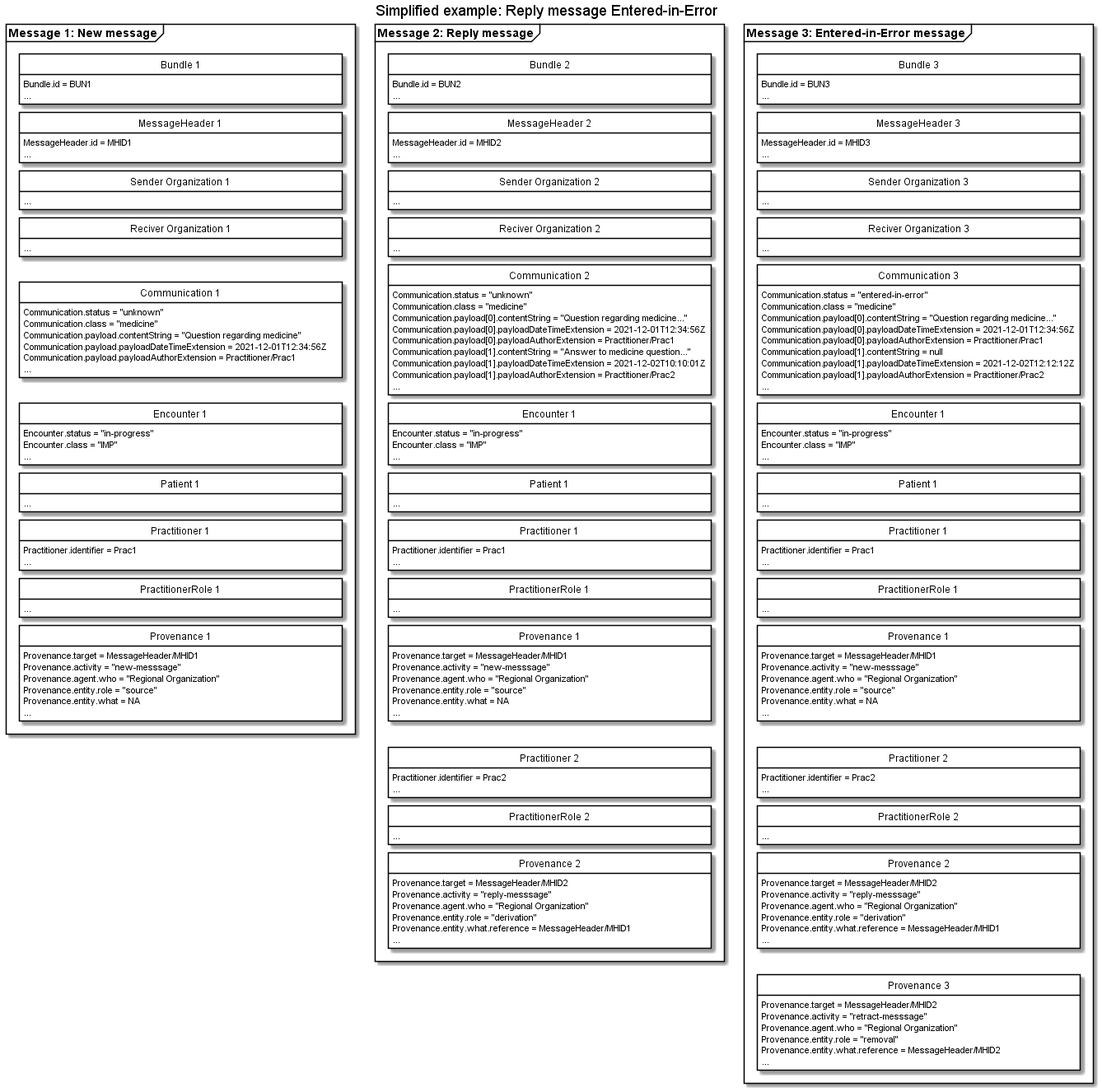
Above: input/images/carecommunication/CCReplyMessageEnteredInError.png in medcomdk/dk-medcom-carecommunication (PlantUML), before the change. Source of this version:
```plantuml
@startuml CCReplyMessageEnteredInError

skinparam class {
    BackgroundColor White
    BorderColor Black
    ArrowColor Black
  }
hide circle
hide empty members
skinparam SameClassWidth true
skinparam Ranksep 10


title Simplified example: Reply message Entered-in-Error

package "Message 1: New message" as new <<Frame>>{
    class "Bundle 1" as newB {
        Bundle.id = BUN1
        ...
    }
    class "MessageHeader 1" as newMH{
        MessageHeader.id = MHID1
        ...
    }
    class "Sender Organization 1" as newSOrg{
        ...
    }
    class "Reciver Organization 1" as newROrg{
        ...
    }
    class "Communication 1" as newCom{
        Communication.status = "unknown"
        Communication.class = "medicine"
        Communication.payload.contentString = "Question regarding medicine"
        Communication.payload.payloadDateTimeExtension = 2021-12-01T12:34:56Z
        Communication.payload.payloadAuthorExtension = Practitioner/Prac1
        ...
    }
    class "Encounter 1" as newENC{
        Encounter.status = "in-progress"
        Encounter.class = "IMP"
        ...
    }
    class "Patient 1" as newPT{
        ...
    }
    class "Practitioner 1" as newPrac{
        Practitioner.identifier = Prac1
        ...
    }
    class "PractitionerRole 1" as newPracR{
        ...
    }
    class "Provenance 1" as newPRO{
        Provenance.target = MessageHeader/MHID1
        Provenance.activity = "new-messsage"
        Provenance.agent.who = "Regional Organization"
        Provenance.entity.role = "source"
        Provenance.entity.what = NA
        ...
    }

newB -[hidden]- newMH
newMH -[hidden]- newSOrg
newSOrg-[hidden]-newROrg
newROrg-[hidden]-newCom
newCom -[hidden]- newENC
newENC-[hidden]-newPT
newPT-[hidden]-newPrac
newPrac-[hidden]-newPracR
newPracR-[hidden]-newPRO



}

package "Message 2: Reply message" as reply <<Frame>>{
    class "Bundle 2" as replyB {
        Bundle.id = BUN2
        ...
    }
    class "MessageHeader 2" as replyMH{
        MessageHeader.id = MHID2
        ...
    }
    class "Sender Organization 2" as replySOrg{
        ...
    }
    class "Reciver Organization 2" as replyROrg{
        ...
    }
    class "Communication 2" as newreplyCom{
        Communication.status = "unknown"
        Communication.class = "medicine"
        Communication.payload[0].contentString = "Question regarding medicine..."
        Communication.payload[0].payloadDateTimeExtension = 2021-12-01T12:34:56Z
        Communication.payload[0].payloadAuthorExtension = Practitioner/Prac1
        Communication.payload[1].contentString = "Answer to medicine question..."
        Communication.payload[1].payloadDateTimeExtension = 2021-12-02T10:10:01Z
        Communication.payload[1].payloadAuthorExtension = Practitioner/Prac2
        ...
    }
    class "Encounter 1" as newreplyENC{
        Encounter.status = "in-progress"
        Encounter.class = "IMP"
        ...
    }
    class "Patient 1" as newreplyPT{
        ...
    }
    class "Practitioner 1" as newreplyPrac{
        Practitioner.identifier = Prac1
        ...
    }
    class "PractitionerRole 1" as newreplyPracR{
        ...
    }
    class "Provenance 1" as newreplyPRO{
        Provenance.target = MessageHeader/MHID1
        Provenance.activity = "new-messsage"
        Provenance.agent.who = "Regional Organization"
        Provenance.entity.role = "source"
        Provenance.entity.what = NA
        ...
    }
    class "Practitioner 2" as replyPrac{
        Practitioner.identifier = Prac2
        ...
    }
    class "PractitionerRole 2" as replyPracR{
        ...
    }
    class "Provenance 2" as replyPRO{
        Provenance.target = MessageHeader/MHID2
        Provenance.activity = "reply-messsage"
        Provenance.agent.who = "Regional Organization"
        Provenance.entity.role = "derivation"
        Provenance.entity.what.reference = MessageHeader/MHID1
        ...
    }

replyB -[hidden]- replyMH
replyMH -[hidden]- replySOrg
replySOrg-[hidden]-replyROrg
replyROrg-[hidden]-newreplyCom
newreplyCom -[hidden]- newreplyENC
newreplyENC-[hidden]-newreplyPT
newreplyPT-[hidden]-newreplyPrac
newreplyPrac-[hidden]-newreplyPracR
newreplyPracR-[hidden]-newreplyPRO
newreplyPRO-[hidden]-replyPrac
replyPrac-[hidden]-replyPracR
replyPracR-[hidden]-replyPRO
}

package "Message 3: Entered-in-Error message" as error <<Frame>>{
    class "Bundle 3" as errorB {
        Bundle.id = BUN3
        ...
    }
    class "MessageHeader 3" as errorMH{
        MessageHeader.id = MHID3
        ...
    }
    class "Sender Organization 3" as errorSOrg{
        ...
    }
    class "Reciver Organization 3" as errorROrg{
        ...
    }
    class "Communication 3" as newerrorCom{
        Communication.status = "entered-in-error"
        Communication.class = "medicine"
        Communication.payload[0].contentString = "Question regarding medicine..."
        Communication.payload[0].payloadDateTimeExtension = 2021-12-01T12:34:56Z
        Communication.payload[0].payloadAuthorExtension = Practitioner/Prac1
        Communication.payload[1].contentString = null
        Communication.payload[1].payloadDateTimeExtension = 2021-12-02T12:12:12Z
        Communication.payload[1].payloadAuthorExtension = Practitioner/Prac2
        ...
    }
    class "Encounter 1" as newerrorENC{
        Encounter.status = "in-progress"
        Encounter.class = "IMP"
        ...
    }
    class "Patient 1" as newerrorPT{
        ...
    }
    class "Practitioner 1" as newerrorPrac{
        Practitioner.identifier = Prac1
        ...
    }
    class "PractitionerRole 1" as newerrorPracR{
        ...
    }
    class "Provenance 1" as newerrorPRO{
        Provenance.target = MessageHeader/MHID1
        Provenance.activity = "new-messsage"
        Provenance.agent.who = "Regional Organization"
        Provenance.entity.role = "source"
        Provenance.entity.what = NA
        ...
    }
    class "Practitioner 2" as replyerrorPrac{
        Practitioner.identifier = Prac2
        ...
    }
    class "PractitionerRole 2" as replyerrorPracR{
        ...
    }
    class "Provenance 2" as replyerrorPRO{
        Provenance.target = MessageHeader/MHID2
        Provenance.activity = "reply-messsage"
        Provenance.agent.who = "Regional Organization"
        Provenance.entity.role = "derivation"
        Provenance.entity.what.reference = MessageHeader/MHID1
        ...
    }
    class "Provenance 3" as errorPRO{
        Provenance.target = MessageHeader/MHID2
        Provenance.activity = "retract-messsage"
        Provenance.agent.who = "Regional Organization"
        Provenance.entity.role = "removal"
        Provenance.entity.what.reference = MessageHeader/MHID2
        ...
    }

errorB -[hidden]- errorMH
errorMH -[hidden]- errorSOrg
errorSOrg-[hidden]-errorROrg
errorROrg-[hidden]-newerrorCom
newerrorCom -[hidden]- newerrorENC
newerrorENC-[hidden]-newerrorPT
newerrorPT-[hidden]-newerrorPrac
newerrorPrac-[hidden]-newerrorPracR
newerrorPracR-[hidden]-newerrorPRO
newerrorPRO-[hidden]-replyerrorPrac
replyerrorPrac-[hidden]-replyerrorPracR
replyerrorPracR-[hidden]-replyerrorPRO
replyerrorPRO-[hidden]-errorPRO





@enduml
```
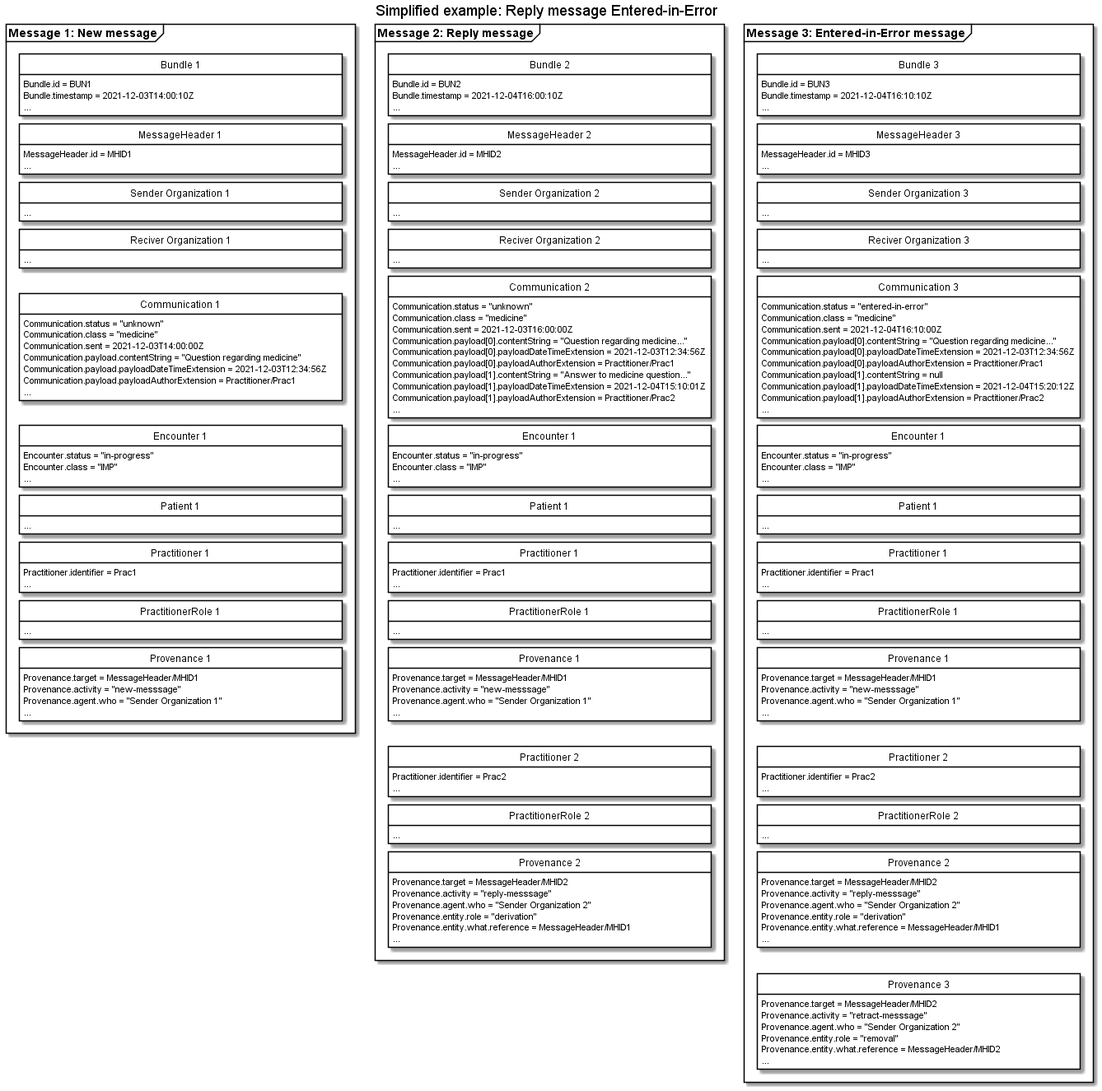
After the commit.

The edit, as a diff of the source:
```diff
@@ -16,6 +16,7 @@
 package "Message 1: New message" as new <<Frame>>{
     class "Bundle 1" as newB {
         Bundle.id = BUN1
+        Bundle.timestamp = 2021-12-03T14:00:10Z
         ...
     }
     class "MessageHeader 1" as newMH{
@@ -31,8 +32,9 @@
     class "Communication 1" as newCom{
         Communication.status = "unknown"
         Communication.class = "medicine"
+        Communication.sent = 2021-12-03T14:00:00Z
         Communication.payload.contentString = "Question regarding medicine"
-        Communication.payload.payloadDateTimeExtension = 2021-12-01T12:34:56Z
+        Communication.payload.payloadDateTimeExtension = 2021-12-03T12:34:56Z
         Communication.payload.payloadAuthorExtension = Practitioner/Prac1
         ...
     }
@@ -54,9 +56,7 @@
     class "Provenance 1" as newPRO{
         Provenance.target = MessageHeader/MHID1
         Provenance.activity = "new-messsage"
-        Provenance.agent.who = "Regional Organization"
-        Provenance.entity.role = "source"
-        Provenance.entity.what = NA
+        Provenance.agent.who = "Sender Organization 1"
         ...
     }
 
@@ -77,6 +77,7 @@
 package "Message 2: Reply message" as reply <<Frame>>{
     class "Bundle 2" as replyB {
         Bundle.id = BUN2
+        Bundle.timestamp = 2021-12-04T16:00:10Z
         ...
     }
     class "MessageHeader 2" as replyMH{
@@ -92,11 +93,12 @@
     class "Communication 2" as newreplyCom{
         Communication.status = "unknown"
         Communication.class = "medicine"
+        Communication.sent = 2021-12-03T16:00:00Z
         Communication.payload[0].contentString = "Question regarding medicine..."
-        Communication.payload[0].payloadDateTimeExtension = 2021-12-01T12:34:56Z
+        Communication.payload[0].payloadDateTimeExtension = 2021-12-03T12:34:56Z
         Communication.payload[0].payloadAuthorExtension = Practitioner/Prac1
         Communication.payload[1].contentString = "Answer to medicine question..."
-        Communication.payload[1].payloadDateTimeExtension = 2021-12-02T10:10:01Z
+        Communication.payload[1].payloadDateTimeExtension = 2021-12-04T15:10:01Z
         Communication.payload[1].payloadAuthorExtension = Practitioner/Prac2
         ...
     }
@@ -118,9 +120,7 @@
     class "Provenance 1" as newreplyPRO{
         Provenance.target = MessageHeader/MHID1
         Provenance.activity = "new-messsage"
-        Provenance.agent.who = "Regional Organization"
-        Provenance.entity.role = "source"
-        Provenance.entity.what = NA
+        Provenance.agent.who = "Sender Organization 1"
         ...
     }
     class "Practitioner 2" as replyPrac{
@@ -133,7 +133,7 @@
     class "Provenance 2" as replyPRO{
         Provenance.target = MessageHeader/MHID2
         Provenance.activity = "reply-messsage"
-        Provenance.agent.who = "Regional Organization"
+        Provenance.agent.who = "Sender Organization 2"
         Provenance.entity.role = "derivation"
         Provenance.entity.what.reference = MessageHeader/MHID1
         ...
@@ -156,6 +156,7 @@
 package "Message 3: Entered-in-Error message" as error <<Frame>>{
     class "Bundle 3" as errorB {
         Bundle.id = BUN3
+        Bundle.timestamp = 2021-12-04T16:10:10Z
         ...
     }
     class "MessageHeader 3" as errorMH{
@@ -171,11 +172,12 @@
     class "Communication 3" as newerrorCom{
         Communication.status = "entered-in-error"
         Communication.class = "medicine"
+        Communication.sent = 2021-12-04T16:10:00Z
         Communication.payload[0].contentString = "Question regarding medicine..."
-        Communication.payload[0].payloadDateTimeExtension = 2021-12-01T12:34:56Z
+        Communication.payload[0].payloadDateTimeExtension = 2021-12-03T12:34:56Z
         Communication.payload[0].payloadAuthorExtension = Practitioner/Prac1
         Communication.payload[1].contentString = null
-        Communication.payload[1].payloadDateTimeExtension = 2021-12-02T12:12:12Z
+        Communication.payload[1].payloadDateTimeExtension = 2021-12-04T15:20:12Z
         Communication.payload[1].payloadAuthorExtension = Practitioner/Prac2
         ...
     }
@@ -197,9 +199,7 @@
     class "Provenance 1" as newerrorPRO{
         Provenance.target = MessageHeader/MHID1
         Provenance.activity = "new-messsage"
-        Provenance.agent.who = "Regional Organization"
-        Provenance.entity.role = "source"
-        Provenance.entity.what = NA
+        Provenance.agent.who = "Sender Organization 1"
         ...
     }
     class "Practitioner 2" as replyerrorPrac{
@@ -212,7 +212,7 @@
     class "Provenance 2" as replyerrorPRO{
         Provenance.target = MessageHeader/MHID2
         Provenance.activity = "reply-messsage"
-        Provenance.agent.who = "Regional Organization"
+        Provenance.agent.who = "Sender Organization 2"
         Provenance.entity.role = "derivation"
         Provenance.entity.what.reference = MessageHeader/MHID1
         ...
@@ -220,7 +220,7 @@
     class "Provenance 3" as errorPRO{
         Provenance.target = MessageHeader/MHID2
         Provenance.activity = "retract-messsage"
-        Provenance.agent.who = "Regional Organization"
+        Provenance.agent.who = "Sender Organization 2"
         Provenance.entity.role = "removal"
         Provenance.entity.what.reference = MessageHeader/MHID2
         ...
```
